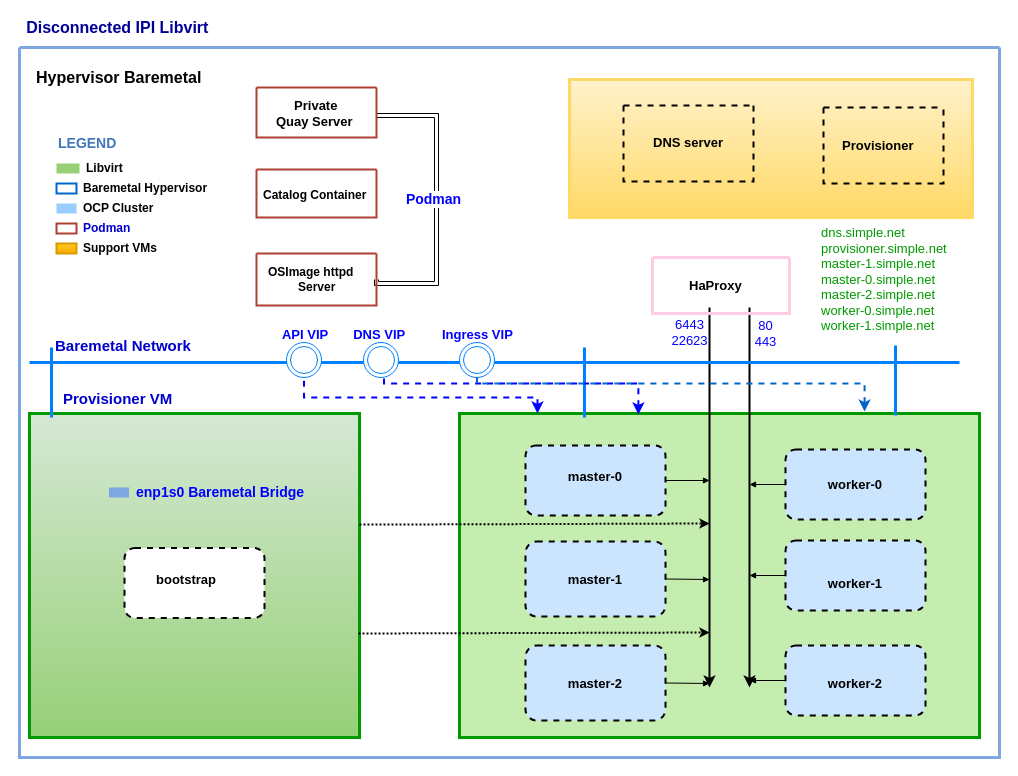
Before: Untitled Diagram.drawio in ansvu/ava-project, a draw.io diagram. Source tidied: cells renumbered, new cells numbered last; positions are measured from the earlier drawing's top-left corner, leaving out a move shared by most shapes. Both pictures are drawn from the tidied source at 100%, with x=0, y=0 at pixel (19, 17).
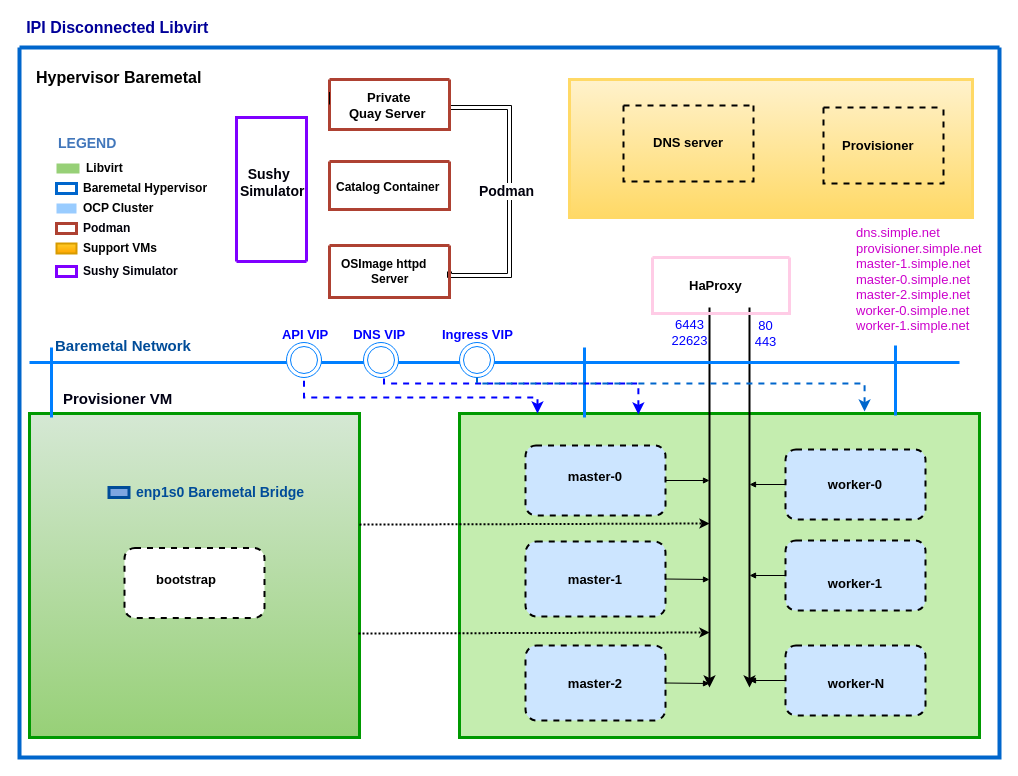
The same diagram, later.

Change to the diagram source:
```diff
@@
-    <mxCell id="2" value="&lt;span style=&quot;color: rgb(66, 119, 187); font-family: helvetica; font-size: 12px; font-style: normal; font-weight: 400; letter-spacing: normal; text-align: left; text-indent: 0px; text-transform: none; word-spacing: 0px; background-color: rgb(248, 249, 250); display: inline; float: none;&quot;&gt;Application component&lt;/span&gt;" style="swimlane;shadow=0;strokeColor=#7EA6E0;fillColor=#D4E1F5;align=right;startSize=0;noLabel=1;strokeWidth=3;" parent="1" vertex="1">
+    <mxCell id="2" value="&lt;span style=&quot;color: rgb(66, 119, 187); font-family: helvetica; font-size: 12px; font-style: normal; font-weight: 400; letter-spacing: normal; text-align: left; text-indent: 0px; text-transform: none; word-spacing: 0px; background-color: rgb(248, 249, 250); display: inline; float: none;&quot;&gt;Application component&lt;/span&gt;" style="swimlane;shadow=0;strokeColor=#0066cc;fillColor=#D4E1F5;align=right;startSize=0;noLabel=1;strokeWidth=4;" parent="1" vertex="1">
       <mxGeometry y="30" width="980" height="710" as="geometry" />
     </mxCell>
     <mxCell id="3" value="&lt;font color=&quot;#000000&quot;&gt;Hypervisor Baremetal&lt;/font&gt;" style="text;html=1;align=left;verticalAlign=middle;fontColor=#4277BB;shadow=0;dashed=0;strokeColor=none;fillColor=none;labelBackgroundColor=none;fontStyle=1;fontSize=16;spacingLeft=5;" parent="2" vertex="1">
-      <mxGeometry x="10" y="20" width="190" height="20" as="geometry" />
+      <mxGeometry x="10" y="20" width="170" height="20" as="geometry" />
     </mxCell>
@@
-    <mxCell id="5" value="&lt;b&gt;&lt;font color=&quot;#000000&quot;&gt;Baremetal Hypervisor&lt;/font&gt;&lt;/b&gt;" style="rounded=0;html=1;shadow=0;labelBackgroundColor=none;strokeColor=#0066CC;strokeWidth=2;fillColor=none;gradientColor=none;fontSize=12;fontColor=#4277BB;align=left;labelPosition=right;verticalLabelPosition=middle;verticalAlign=middle;spacingLeft=5;" parent="2" vertex="1">
+    <mxCell id="5" value="&lt;b&gt;&lt;font color=&quot;#000000&quot;&gt;Baremetal Hypervisor&lt;/font&gt;&lt;/b&gt;" style="rounded=0;html=1;shadow=0;labelBackgroundColor=none;strokeColor=#0066CC;strokeWidth=3;fillColor=none;gradientColor=none;fontSize=12;fontColor=#4277BB;align=left;labelPosition=right;verticalLabelPosition=middle;verticalAlign=middle;spacingLeft=5;" parent="2" vertex="1">
       <mxGeometry x="37" y="136" width="20" height="10" as="geometry" />
     </mxCell>
@@
     <mxCell id="7" style="edgeStyle=orthogonalEdgeStyle;rounded=0;jettySize=auto;html=1;entryX=1;entryY=0.5;entryDx=0;entryDy=0;fontSize=12;fontColor=default;shape=link;" parent="2" edge="1" source="8" target="12">
       <mxGeometry relative="1" as="geometry">
         <Array as="points">
-          <mxPoint x="417" y="68" />
-          <mxPoint x="417" y="236" />
-          <mxPoint x="357" y="236" />
+          <mxPoint x="490" y="60" />
+          <mxPoint x="490" y="228" />
+          <mxPoint x="430" y="228" />
         </Array>
       </mxGeometry>
     </mxCell>
-    <mxCell id="8" style="swimlane;shadow=0;labelBackgroundColor=#007FFF;strokeColor=#ae4132;fillColor=#fad9d5;align=right;startSize=0;strokeWidth=2;swimlaneFillColor=none;" parent="2" vertex="1">
-      <mxGeometry x="237" y="40" width="120" height="50" as="geometry" />
+    <mxCell id="8" style="swimlane;shadow=0;labelBackgroundColor=#007FFF;strokeColor=#ae4132;fillColor=#fad9d5;align=right;startSize=0;strokeWidth=3;swimlaneFillColor=none;" parent="2" vertex="1">
+      <mxGeometry x="310" y="32" width="120" height="50" as="geometry" />
     </mxCell>
@@
-    <mxCell id="10" style="swimlane;shadow=0;labelBackgroundColor=#007FFF;strokeColor=#ae4132;fillColor=#fad9d5;align=right;startSize=0;strokeWidth=2;swimlaneFillColor=none;" parent="2" vertex="1">
-      <mxGeometry x="237" y="122" width="120" height="48" as="geometry" />
+    <mxCell id="10" style="swimlane;shadow=0;labelBackgroundColor=#007FFF;strokeColor=#ae4132;fillColor=#fad9d5;align=right;startSize=0;strokeWidth=3;swimlaneFillColor=none;" parent="2" vertex="1">
+      <mxGeometry x="310" y="114" width="120" height="48" as="geometry" />
     </mxCell>
@@
-    <mxCell id="12" style="swimlane;shadow=0;labelBackgroundColor=#007FFF;strokeColor=#ae4132;fillColor=#fad9d5;align=right;startSize=0;strokeWidth=2;swimlaneFillColor=none;" parent="2" vertex="1">
-      <mxGeometry x="237" y="206" width="120" height="52" as="geometry" />
+    <mxCell id="12" style="swimlane;shadow=0;labelBackgroundColor=#007FFF;strokeColor=#ae4132;fillColor=#fad9d5;align=right;startSize=0;strokeWidth=3;swimlaneFillColor=none;" parent="2" vertex="1">
+      <mxGeometry x="310" y="198" width="120" height="52" as="geometry" />
     </mxCell>
@@
-    <mxCell id="14" value="&lt;font style=&quot;font-size: 14px&quot; color=&quot;#0000ff&quot;&gt;&lt;b&gt;Podman&lt;/b&gt;&lt;/font&gt;" style="text;html=1;align=center;verticalAlign=middle;fillColor=none;strokeColor=none;rounded=0;labelBackgroundColor=default;fontSize=12;fontColor=default;" parent="2" vertex="1">
-      <mxGeometry x="379" y="142" width="70" height="20" as="geometry" />
+    <mxCell id="14" value="&lt;font style=&quot;font-size: 14px&quot; color=&quot;#00000d&quot;&gt;&lt;b&gt;Podman&lt;/b&gt;&lt;/font&gt;" style="text;html=1;align=center;verticalAlign=middle;fillColor=none;strokeColor=none;rounded=0;labelBackgroundColor=default;fontSize=12;fontColor=default;" parent="2" vertex="1">
+      <mxGeometry x="452" y="134" width="70" height="20" as="geometry" />
     </mxCell>
@@
-    <mxCell id="28" value="&lt;span style=&quot;color: rgb(0 , 0 , 0) ; font-size: 13px&quot;&gt;&amp;nbsp; &amp;nbsp;worker-2&lt;/span&gt;" style="text;html=1;align=left;verticalAlign=middle;fontColor=#4277BB;shadow=0;dashed=0;strokeColor=none;fillColor=none;labelBackgroundColor=none;fontStyle=1;fontSize=9;spacingLeft=5;" parent="2" vertex="1">
+    <mxCell id="28" value="&lt;span style=&quot;color: rgb(0 , 0 , 0) ; font-size: 13px&quot;&gt;&amp;nbsp; &amp;nbsp;worker-N&lt;/span&gt;" style="text;html=1;align=left;verticalAlign=middle;fontColor=#4277BB;shadow=0;dashed=0;strokeColor=none;fillColor=none;labelBackgroundColor=none;fontStyle=1;fontSize=9;spacingLeft=5;" parent="2" vertex="1">
       <mxGeometry x="791" y="624.5" width="90" height="22" as="geometry" />
     </mxCell>
-    <mxCell id="29" value="&lt;font&gt;&lt;font style=&quot;font-size: 15px&quot; color=&quot;#0000cc&quot;&gt;Provisioner VM&lt;/font&gt;&lt;br&gt;&lt;/font&gt;" style="text;html=1;align=left;verticalAlign=middle;fontColor=#4277BB;shadow=0;dashed=0;strokeColor=none;fillColor=none;labelBackgroundColor=none;fontStyle=1;fontSize=9;spacingLeft=5;" parent="2" vertex="1">
+    <mxCell id="29" value="&lt;font&gt;&lt;font style=&quot;font-size: 15px&quot; color=&quot;#000014&quot;&gt;Provisioner VM&lt;/font&gt;&lt;br&gt;&lt;/font&gt;" style="text;html=1;align=left;verticalAlign=middle;fontColor=#4277BB;shadow=0;dashed=0;strokeColor=none;fillColor=none;labelBackgroundColor=none;fontStyle=1;fontSize=9;spacingLeft=5;" parent="2" vertex="1">
       <mxGeometry x="37" y="342" width="123" height="18" as="geometry" />
     </mxCell>
@@
-    <mxCell id="38" value="&lt;font color=&quot;#0000cc&quot;&gt;&lt;b&gt;Podman&lt;/b&gt;&lt;/font&gt;" style="rounded=0;html=1;shadow=0;labelBackgroundColor=none;strokeColor=#ae4132;strokeWidth=2;fillColor=#FFFFFF;fontSize=12;align=left;labelPosition=right;verticalLabelPosition=middle;verticalAlign=middle;spacingLeft=5;" parent="2" vertex="1">
+    <mxCell id="38" value="&lt;b&gt;&lt;font color=&quot;#00000a&quot;&gt;Podman&lt;/font&gt;&lt;/b&gt;" style="rounded=0;html=1;shadow=0;labelBackgroundColor=none;strokeColor=#ae4132;strokeWidth=3;fillColor=#FFFFFF;fontSize=12;align=left;labelPosition=right;verticalLabelPosition=middle;verticalAlign=middle;spacingLeft=5;" parent="2" vertex="1">
       <mxGeometry x="37" y="176" width="20" height="10" as="geometry" />
     </mxCell>
@@
-    <mxCell id="40" value="&lt;b&gt;&lt;font color=&quot;#0000ff&quot; style=&quot;font-size: 14px&quot;&gt;enp1s0 Baremetal Bridge&lt;/font&gt;&lt;/b&gt;" style="rounded=0;html=1;shadow=0;labelBackgroundColor=none;strokeColor=none;strokeWidth=2;fillColor=#7EA6E0;gradientColor=none;fontSize=12;fontColor=#4277BB;align=left;labelPosition=right;verticalLabelPosition=middle;verticalAlign=middle;spacingLeft=5;" parent="2" vertex="1">
+    <mxCell id="40" value="&lt;b&gt;&lt;font style=&quot;font-size: 14px&quot; color=&quot;#004c99&quot;&gt;enp1s0 Baremetal Bridge&lt;/font&gt;&lt;/b&gt;" style="rounded=0;html=1;shadow=0;labelBackgroundColor=none;strokeColor=#004C99;strokeWidth=3;fillColor=#7EA6E0;gradientColor=none;fontSize=12;fontColor=#4277BB;align=left;labelPosition=right;verticalLabelPosition=middle;verticalAlign=middle;spacingLeft=5;" parent="2" vertex="1">
       <mxGeometry x="89.5" y="440" width="20" height="10" as="geometry" />
     </mxCell>
@@
-    <mxCell id="50" value="&lt;div style=&quot;font-size: 13px&quot;&gt;&lt;font style=&quot;font-weight: normal ; font-size: 13px&quot; color=&quot;#009900&quot;&gt;dns.simple.net&lt;/font&gt;&lt;/div&gt;&lt;div style=&quot;font-size: 13px&quot;&gt;&lt;font style=&quot;font-weight: normal ; font-size: 13px&quot; color=&quot;#009900&quot;&gt;provisioner.simple.net&lt;/font&gt;&lt;/div&gt;&lt;div style=&quot;font-size: 13px&quot;&gt;&lt;font style=&quot;font-weight: normal ; font-size: 13px&quot; color=&quot;#009900&quot;&gt;master-1.simple.net&lt;/font&gt;&lt;/div&gt;&lt;div style=&quot;font-size: 13px&quot;&gt;&lt;font style=&quot;font-weight: normal ; font-size: 13px&quot; color=&quot;#009900&quot;&gt;master-0.simple.net&lt;/font&gt;&lt;/div&gt;&lt;div style=&quot;font-size: 13px&quot;&gt;&lt;font style=&quot;font-weight: normal ; font-size: 13px&quot; color=&quot;#009900&quot;&gt;master-2.simple.net&lt;/font&gt;&lt;/div&gt;&lt;div style=&quot;font-size: 13px&quot;&gt;&lt;font style=&quot;font-weight: normal ; font-size: 13px&quot; color=&quot;#009900&quot;&gt;worker-0.simple.net&lt;/font&gt;&lt;/div&gt;&lt;div style=&quot;font-size: 13px&quot;&gt;&lt;font style=&quot;font-weight: normal ; font-size: 13px&quot; color=&quot;#009900&quot;&gt;worker-1.simple.net&lt;/font&gt;&lt;/div&gt;" style="text;html=1;align=left;verticalAlign=middle;fontColor=#4277BB;shadow=0;dashed=0;strokeColor=none;fillColor=none;labelBackgroundColor=none;fontStyle=1;fontSize=9;spacingLeft=5;" parent="2" vertex="1">
-      <mxGeometry x="794.5" y="180" width="163" height="104" as="geometry" />
+    <mxCell id="50" value="&lt;div style=&quot;font-size: 13px&quot;&gt;&lt;font style=&quot;font-weight: normal ; font-size: 13px&quot; color=&quot;#cc00cc&quot;&gt;dns.simple.net&lt;/font&gt;&lt;/div&gt;&lt;div style=&quot;font-size: 13px&quot;&gt;&lt;font style=&quot;font-weight: normal ; font-size: 13px&quot; color=&quot;#cc00cc&quot;&gt;provisioner.simple.net&lt;/font&gt;&lt;/div&gt;&lt;div style=&quot;font-size: 13px&quot;&gt;&lt;font style=&quot;font-weight: normal ; font-size: 13px&quot; color=&quot;#cc00cc&quot;&gt;master-1.simple.net&lt;/font&gt;&lt;/div&gt;&lt;div style=&quot;font-size: 13px&quot;&gt;&lt;font style=&quot;font-weight: normal ; font-size: 13px&quot; color=&quot;#cc00cc&quot;&gt;master-0.simple.net&lt;/font&gt;&lt;/div&gt;&lt;div style=&quot;font-size: 13px&quot;&gt;&lt;font style=&quot;font-weight: normal ; font-size: 13px&quot; color=&quot;#cc00cc&quot;&gt;master-2.simple.net&lt;/font&gt;&lt;/div&gt;&lt;div style=&quot;font-size: 13px&quot;&gt;&lt;font style=&quot;font-weight: normal ; font-size: 13px&quot; color=&quot;#cc00cc&quot;&gt;worker-0.simple.net&lt;/font&gt;&lt;/div&gt;&lt;div style=&quot;font-size: 13px&quot;&gt;&lt;font style=&quot;font-weight: normal ; font-size: 13px&quot; color=&quot;#cc00cc&quot;&gt;worker-1.simple.net&lt;/font&gt;&lt;/div&gt;" style="text;html=1;align=left;verticalAlign=middle;fontColor=#4277BB;shadow=0;dashed=0;strokeColor=none;fillColor=none;labelBackgroundColor=none;fontStyle=1;fontSize=9;spacingLeft=5;" parent="2" vertex="1">
+      <mxGeometry x="830" y="184" width="130" height="96" as="geometry" />
     </mxCell>
@@
-    <mxCell id="52" value="&lt;font&gt;&lt;font style=&quot;font-size: 15px&quot; color=&quot;#0000cc&quot;&gt;Baremetal Network&lt;/font&gt;&lt;br&gt;&lt;/font&gt;" style="text;html=1;align=left;verticalAlign=middle;fontColor=#4277BB;shadow=0;dashed=0;strokeColor=none;fillColor=none;labelBackgroundColor=none;fontStyle=1;fontSize=9;spacingLeft=5;" parent="2" vertex="1">
+    <mxCell id="52" value="&lt;font&gt;&lt;font style=&quot;font-size: 15px&quot; color=&quot;#004c99&quot;&gt;Baremetal Network&lt;/font&gt;&lt;br&gt;&lt;/font&gt;" style="text;html=1;align=left;verticalAlign=middle;fontColor=#4277BB;shadow=0;dashed=0;strokeColor=none;fillColor=none;labelBackgroundColor=none;fontStyle=1;fontSize=9;spacingLeft=5;" parent="2" vertex="1">
       <mxGeometry x="29" y="280" width="141" height="36" as="geometry" />
     </mxCell>
@@
+    <mxCell id="75" style="edgeStyle=orthogonalEdgeStyle;rounded=0;orthogonalLoop=1;jettySize=auto;html=1;exitX=0;exitY=0.5;exitDx=0;exitDy=0;entryX=0;entryY=0.25;entryDx=0;entryDy=0;endArrow=none;endFill=0;" parent="2" edge="1" source="8" target="8">
+      <mxGeometry relative="1" as="geometry" />
+    </mxCell>
+    <mxCell id="76" style="swimlane;shadow=0;labelBackgroundColor=#007FFF;strokeColor=#7F00FF;fillColor=#1ba1e2;align=center;startSize=0;strokeWidth=3;swimlaneFillColor=none;fontColor=#ffffff;labelPosition=center;verticalLabelPosition=middle;verticalAlign=middle;flipV=1;" parent="2" vertex="1">
+      <mxGeometry x="217" y="70" width="70" height="144" as="geometry" />
+    </mxCell>
+    <mxCell id="77" value="&lt;font style=&quot;font-size: 14px&quot;&gt;&amp;nbsp; &amp;nbsp;&lt;font color=&quot;#00000a&quot;&gt;Sushy&lt;br&gt;&amp;nbsp;Simulator&lt;/font&gt;&lt;br&gt;&lt;/font&gt;" style="text;html=1;align=left;verticalAlign=middle;fontColor=#FF66FF;shadow=0;dashed=0;strokeColor=none;fillColor=none;labelBackgroundColor=none;fontStyle=1;fontSize=9;spacingLeft=5;" parent="76" vertex="1">
+      <mxGeometry x="-7" y="-10" width="77" height="150" as="geometry" />
+    </mxCell>
+    <mxCell id="78" value="&lt;b&gt;&lt;font color=&quot;#00000a&quot;&gt;Sushy Simulator&lt;/font&gt;&lt;/b&gt;" style="rounded=0;html=1;shadow=0;labelBackgroundColor=none;strokeColor=#7F00FF;strokeWidth=3;fillColor=#FFFFFF;fontSize=12;align=left;labelPosition=right;verticalLabelPosition=middle;verticalAlign=middle;spacingLeft=5;" parent="2" vertex="1">
+      <mxGeometry x="37" y="219" width="20" height="10" as="geometry" />
+    </mxCell>
-    <mxCell id="67" value="&lt;font color=&quot;#000099&quot; size=&quot;1&quot;&gt;&lt;b style=&quot;font-size: 16px&quot;&gt;Disconnected IPI Libvirt&amp;nbsp;&lt;/b&gt;&lt;/font&gt;" style="text;html=1;align=center;verticalAlign=middle;fillColor=none;strokeColor=none;rounded=0;labelBackgroundColor=default;fontSize=12;fontColor=default;" parent="1" vertex="1">
+    <mxCell id="67" value="&lt;font color=&quot;#000099&quot; size=&quot;1&quot;&gt;&lt;b style=&quot;font-size: 16px&quot;&gt;IPI Disconnected Libvirt&amp;nbsp;&lt;/b&gt;&lt;/font&gt;" style="text;html=1;align=center;verticalAlign=middle;fillColor=none;strokeColor=none;rounded=0;labelBackgroundColor=default;fontSize=12;fontColor=default;" parent="1" vertex="1">
       <mxGeometry width="200" height="20" as="geometry" />
     </mxCell>
```
